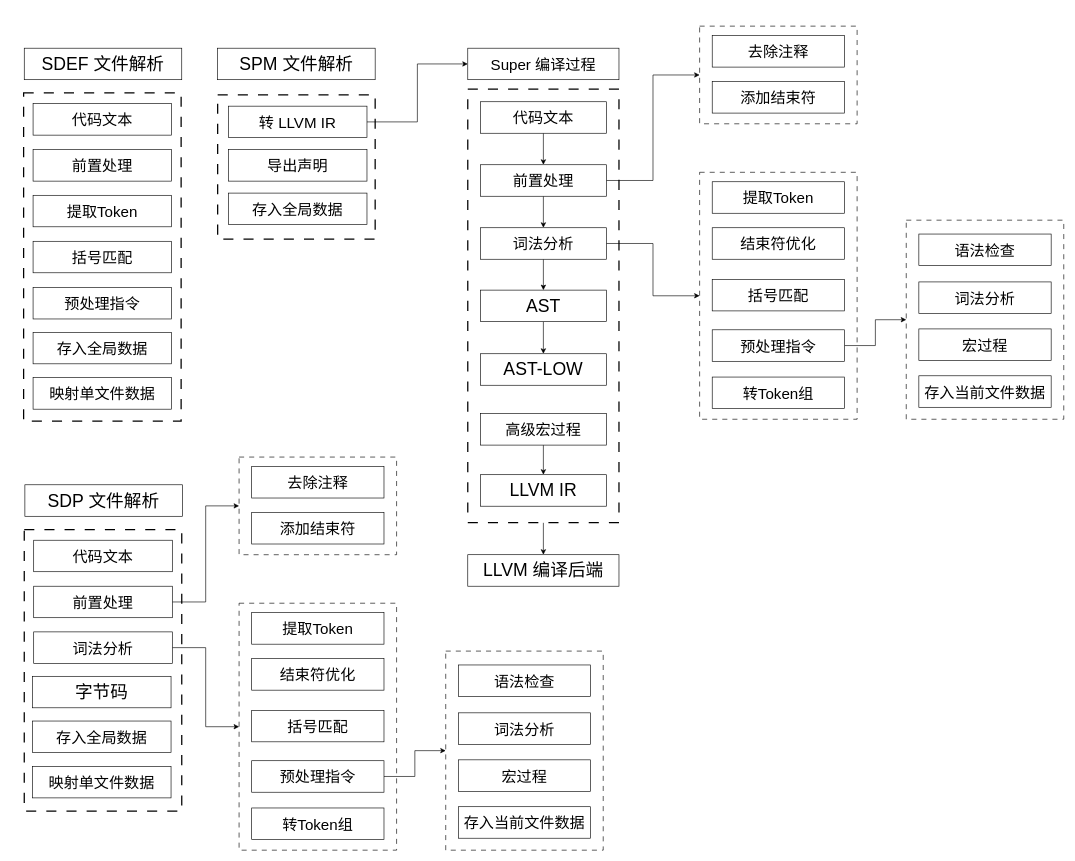
Before: page "Super 编译过程" (1 of 3) of Doc/编译/Super流程图.drawio in SQJM/Super-Language, a draw.io diagram. Source tidied: cells renumbered, new cells numbered last; positions are measured from the earlier drawing's top-left corner, leaving out a move shared by most shapes. Both pictures are drawn from the tidied source at 63%, with x=0, y=0 at pixel (23, 26).
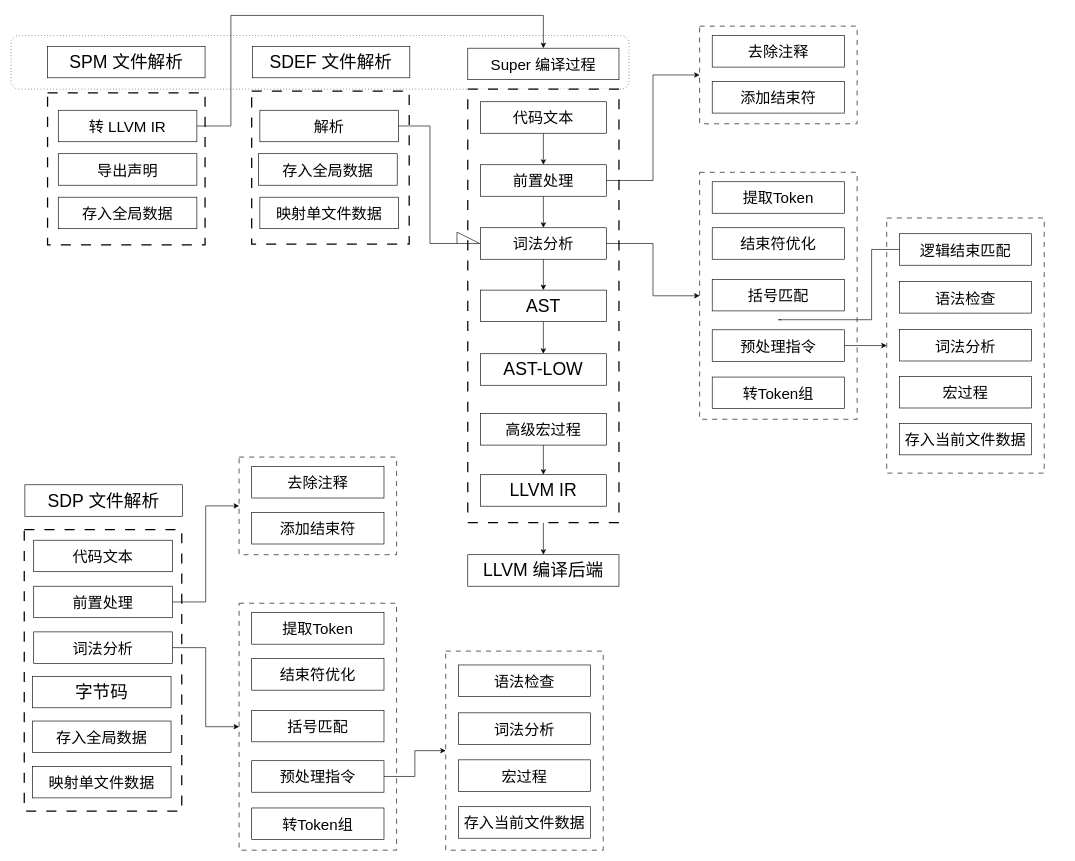
The same diagram, later.

The change refers to these unchanged cells:
```xml
<mxCell id="4" value="&lt;span style=&quot;font-size: 24px;&quot;&gt;Super 编译过程&lt;/span&gt;" style="html=1;whiteSpace=wrap;fontSize=28;" parent="1" vertex="1">
  <mxGeometry x="705" y="35" width="240" height="50" as="geometry" />
</mxCell>
<mxCell id="12" value="&lt;font style=&quot;font-size: 24px;&quot;&gt;词法分析&lt;/font&gt;" style="html=1;whiteSpace=wrap;fontSize=28;" parent="1" vertex="1">
  <mxGeometry x="725" y="320" width="200" height="50" as="geometry" />
</mxCell>
```

Change to the diagram source:
```diff
@@
+    <mxCell id="79" style="rounded=1;whiteSpace=wrap;html=1;dashed=1;dashPattern=1 4;" parent="1" vertex="1">
+      <mxGeometry x="-20" y="15" width="981" height="85" as="geometry" />
+    </mxCell>
@@
     <mxCell id="27" style="rounded=0;whiteSpace=wrap;html=1;dashed=1;dashPattern=8 8;" parent="1" vertex="1">
-      <mxGeometry x="1401" y="308" width="250" height="316" as="geometry" />
+      <mxGeometry x="1370" y="304.5" width="250" height="405" as="geometry" />
     </mxCell>
     <mxCell id="28" value="&lt;span style=&quot;font-size: 24px;&quot;&gt;语法检查&lt;/span&gt;" style="html=1;whiteSpace=wrap;fontSize=28;" parent="1" vertex="1">
-      <mxGeometry x="1421" y="330" width="210" height="50" as="geometry" />
+      <mxGeometry x="1390" y="405.5" width="210" height="50" as="geometry" />
     </mxCell>
     <mxCell id="29" value="&lt;span style=&quot;font-size: 24px;&quot;&gt;词法分析&lt;/span&gt;" style="html=1;whiteSpace=wrap;fontSize=28;" parent="1" vertex="1">
-      <mxGeometry x="1421" y="406" width="210" height="50" as="geometry" />
+      <mxGeometry x="1390" y="481.5" width="210" height="50" as="geometry" />
     </mxCell>
     <mxCell id="30" value="&lt;span style=&quot;font-size: 24px;&quot;&gt;存入&lt;/span&gt;&lt;span style=&quot;font-size: 24px;&quot;&gt;当前文件数据&lt;/span&gt;" style="html=1;whiteSpace=wrap;fontSize=28;" parent="1" vertex="1">
-      <mxGeometry x="1421" y="555" width="210" height="50" as="geometry" />
+      <mxGeometry x="1390" y="630.5" width="210" height="50" as="geometry" />
     </mxCell>
     <mxCell id="31" value="&lt;span style=&quot;font-size: 24px;&quot;&gt;宏过程&lt;/span&gt;" style="html=1;whiteSpace=wrap;fontSize=28;" parent="1" vertex="1">
-      <mxGeometry x="1421" y="480.6" width="210" height="50" as="geometry" />
+      <mxGeometry x="1390" y="556.1" width="210" height="50" as="geometry" />
     </mxCell>
@@
     <mxCell id="35" value="SDEF 文件解析" style="html=1;whiteSpace=wrap;fontSize=28;" parent="1" vertex="1">
-      <mxGeometry x="1" y="35" width="250" height="50" as="geometry" />
+      <mxGeometry x="363" y="32" width="250" height="50" as="geometry" />
     </mxCell>
     <mxCell id="36" value="SPM 文件解析" style="html=1;whiteSpace=wrap;fontSize=28;" parent="1" vertex="1">
-      <mxGeometry x="308" y="35" width="250" height="50" as="geometry" />
+      <mxGeometry x="38" y="32" width="250" height="50" as="geometry" />
     </mxCell>
     <mxCell id="37" style="rounded=0;whiteSpace=wrap;html=1;dashed=1;dashPattern=8 8;strokeWidth=2;" parent="1" vertex="1">
-      <mxGeometry x="308" y="109" width="250" height="229" as="geometry" />
+      <mxGeometry x="38" y="106" width="250" height="241" as="geometry" />
     </mxCell>
     <mxCell id="38" style="rounded=0;whiteSpace=wrap;html=1;dashed=1;dashPattern=8 8;strokeWidth=2;" parent="1" vertex="1">
-      <mxGeometry y="106" width="250" height="521" as="geometry" />
+      <mxGeometry x="362" y="103" width="250" height="243" as="geometry" />
     </mxCell>
-    <mxCell id="39" value="&lt;span style=&quot;font-size: 24px;&quot;&gt;代码文本&lt;/span&gt;" style="html=1;whiteSpace=wrap;fontSize=28;" parent="1" vertex="1">
-      <mxGeometry x="15" y="123" width="220" height="50" as="geometry" />
-    </mxCell>
-    <mxCell id="40" value="&lt;span style=&quot;font-size: 24px;&quot;&gt;前置处理&lt;/span&gt;" style="html=1;whiteSpace=wrap;fontSize=28;" parent="1" vertex="1">
-      <mxGeometry x="15" y="196" width="220" height="50" as="geometry" />
-    </mxCell>
+    <mxCell id="80" style="edgeStyle=orthogonalEdgeStyle;rounded=0;jettySize=auto;html=1;entryX=0;entryY=0.5;entryDx=0;entryDy=0;endArrow=async;endFill=0;endSize=35;strokeColor=default;shadow=0;flowAnimation=1;" parent="1" edge="1" source="41" target="12">
+      <mxGeometry relative="1" as="geometry" />
+    </mxCell>
-    <mxCell id="41" value="&lt;span style=&quot;font-size: 24px;&quot;&gt;提取Token&lt;/span&gt;" style="html=1;whiteSpace=wrap;fontSize=28;" parent="1" vertex="1">
-      <mxGeometry x="15" y="268.5" width="220" height="50" as="geometry" />
+    <mxCell id="41" value="&lt;span style=&quot;font-size: 24px;&quot;&gt;解析&lt;/span&gt;" style="html=1;whiteSpace=wrap;fontSize=28;" parent="1" vertex="1">
+      <mxGeometry x="375" y="133.5" width="220" height="50" as="geometry" />
     </mxCell>
-    <mxCell id="42" value="&lt;span style=&quot;font-size: 24px;&quot;&gt;括号匹配&lt;/span&gt;" style="html=1;whiteSpace=wrap;fontSize=28;" parent="1" vertex="1">
-      <mxGeometry x="15" y="341.5" width="220" height="50" as="geometry" />
-    </mxCell>
-    <mxCell id="43" value="&lt;span style=&quot;font-size: 24px;&quot;&gt;预处理指令&lt;/span&gt;" style="html=1;whiteSpace=wrap;fontSize=28;" parent="1" vertex="1">
-      <mxGeometry x="15" y="414.8" width="220" height="50" as="geometry" />
-    </mxCell>
     <mxCell id="44" value="&lt;font style=&quot;font-size: 24px;&quot;&gt;存入全局数据&lt;/font&gt;" style="html=1;whiteSpace=wrap;fontSize=28;" parent="1" vertex="1">
-      <mxGeometry x="15" y="486" width="220" height="50" as="geometry" />
+      <mxGeometry x="373" y="202.5" width="220" height="50" as="geometry" />
     </mxCell>
     <mxCell id="45" value="&lt;span style=&quot;font-size: 24px;&quot;&gt;映射单文件数据&lt;/span&gt;" style="html=1;whiteSpace=wrap;fontSize=28;" parent="1" vertex="1">
-      <mxGeometry x="15" y="558" width="220" height="50" as="geometry" />
+      <mxGeometry x="375" y="271.5" width="220" height="50" as="geometry" />
     </mxCell>
-    <mxCell id="46" style="edgeStyle=orthogonalEdgeStyle;rounded=0;orthogonalLoop=1;jettySize=auto;html=1;exitX=0.5;exitY=1;exitDx=0;exitDy=0;" parent="1" edge="1" source="40" target="40">
-      <mxGeometry relative="1" as="geometry" />
+    <mxCell id="46" style="edgeStyle=orthogonalEdgeStyle;rounded=0;orthogonalLoop=1;jettySize=auto;html=1;exitX=0.5;exitY=1;exitDx=0;exitDy=0;" parent="1" edge="1">
+      <mxGeometry relative="1" as="geometry">
+        <mxPoint x="488" y="180" as="sourcePoint" />
+        <mxPoint x="488" y="180" as="targetPoint" />
+      </mxGeometry>
     </mxCell>
@@
-    <mxCell id="48" style="edgeStyle=orthogonalEdgeStyle;rounded=0;jettySize=auto;html=1;entryX=0;entryY=0.5;entryDx=0;entryDy=0;" parent="1" edge="1" source="49" target="4">
-      <mxGeometry relative="1" as="geometry" />
+    <mxCell id="48" style="edgeStyle=orthogonalEdgeStyle;rounded=0;jettySize=auto;html=1;entryX=0.5;entryY=0;entryDx=0;entryDy=0;" parent="1" edge="1" source="49" target="4">
+      <mxGeometry relative="1" as="geometry">
+        <Array as="points">
+          <mxPoint x="329" y="159" />
+          <mxPoint x="329" y="-17" />
+          <mxPoint x="825" y="-17" />
+        </Array>
+      </mxGeometry>
     </mxCell>
     <mxCell id="49" value="&lt;span style=&quot;font-size: 24px;&quot;&gt;转 LLVM IR&lt;/span&gt;" style="html=1;whiteSpace=wrap;fontSize=28;" parent="1" vertex="1">
-      <mxGeometry x="325" y="127" width="220" height="50" as="geometry" />
+      <mxGeometry x="55" y="133.5" width="220" height="50" as="geometry" />
     </mxCell>
     <mxCell id="50" value="&lt;span style=&quot;font-size: 24px;&quot;&gt;导出声明&lt;/span&gt;" style="html=1;whiteSpace=wrap;fontSize=28;" parent="1" vertex="1">
-      <mxGeometry x="325" y="196" width="220" height="50" as="geometry" />
+      <mxGeometry x="55" y="202.5" width="220" height="50" as="geometry" />
     </mxCell>
     <mxCell id="51" value="&lt;span style=&quot;font-size: 24px;&quot;&gt;存入全局&lt;/span&gt;&lt;span style=&quot;font-size: 24px;&quot;&gt;数据&lt;/span&gt;" style="html=1;whiteSpace=wrap;fontSize=28;" parent="1" vertex="1">
-      <mxGeometry x="325" y="265" width="220" height="50" as="geometry" />
+      <mxGeometry x="55" y="271.5" width="220" height="50" as="geometry" />
     </mxCell>
@@
+    <mxCell id="81" style="edgeStyle=orthogonalEdgeStyle;rounded=0;jettySize=auto;html=1;endArrow=none;endFill=0;startFill=0;" parent="1" edge="1" source="82">
+      <mxGeometry relative="1" as="geometry">
+        <mxPoint x="1203" y="466" as="targetPoint" />
+        <Array as="points">
+          <mxPoint x="1346" y="355" />
+          <mxPoint x="1346" y="466" />
+          <mxPoint x="1198" y="466" />
+        </Array>
+      </mxGeometry>
+    </mxCell>
+    <mxCell id="82" value="&lt;span style=&quot;font-size: 24px;&quot;&gt;逻辑结束匹配&lt;/span&gt;" style="html=1;whiteSpace=wrap;fontSize=28;" parent="1" vertex="1">
+      <mxGeometry x="1390" y="329.5" width="210" height="50" as="geometry" />
+    </mxCell>
```
